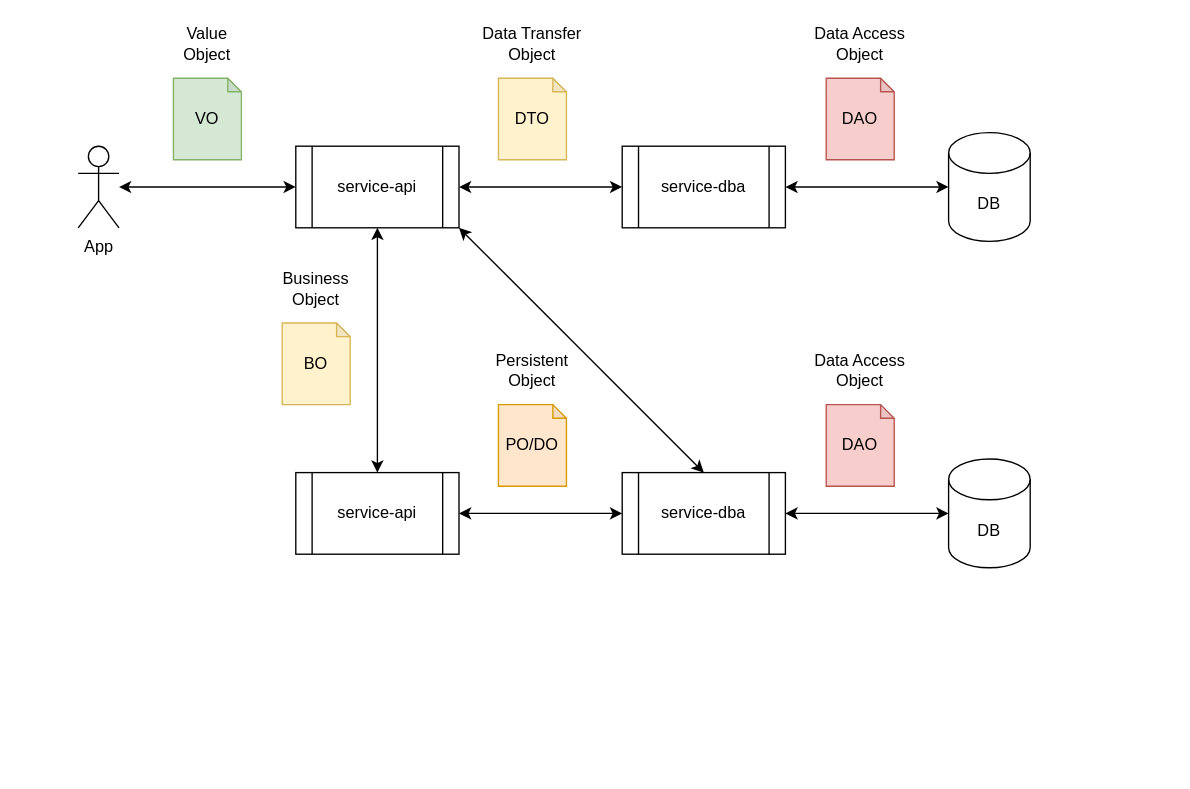
The draw.io diagram doc/architecture.drawio in zxffffffff/start-java, before the edit. Source tidied: cells renumbered, new cells numbered last; positions are measured from the earlier drawing's top-left corner, leaving out a move shared by most shapes. Both pictures are drawn from the tidied source at 136%, with x=0, y=0 at pixel (78, 23).
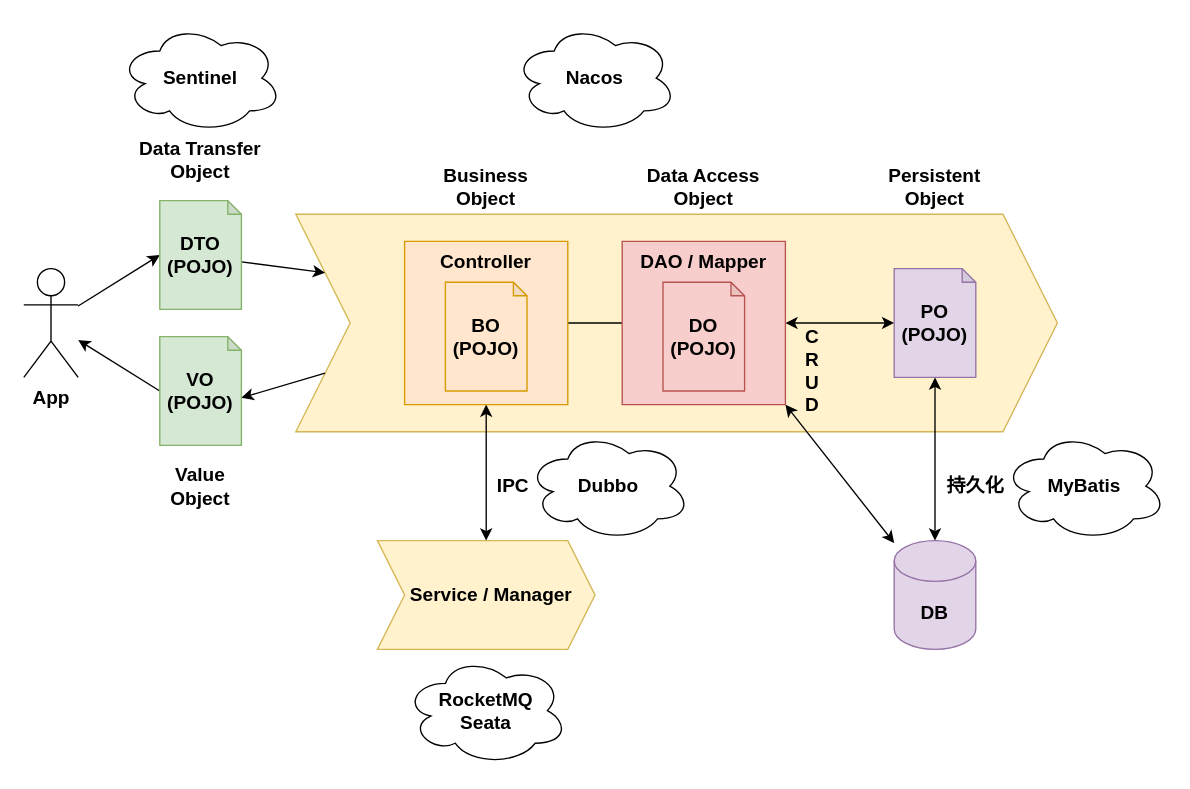
Above is the later version.

Diff of the diagram source:
```diff
@@
-    <mxCell id="2" value="DB" style="shape=cylinder3;whiteSpace=wrap;html=1;boundedLbl=1;backgroundOutline=1;size=15;" parent="1" vertex="1">
-      <mxGeometry x="640" y="80" width="60" height="80" as="geometry" />
-    </mxCell>
-    <mxCell id="3" style="edgeStyle=orthogonalEdgeStyle;rounded=0;jettySize=auto;html=1;startArrow=classic;startFill=1;" parent="1" edge="1" source="4" target="2">
-      <mxGeometry relative="1" as="geometry" />
-    </mxCell>
-    <mxCell id="4" value="service-dba" style="shape=process;whiteSpace=wrap;html=1;backgroundOutline=1;" parent="1" vertex="1">
-      <mxGeometry x="400" y="90" width="120" height="60" as="geometry" />
-    </mxCell>
-    <mxCell id="5" value="DAO" style="shape=note;whiteSpace=wrap;html=1;backgroundOutline=1;darkOpacity=0.05;size=10;fillColor=#f8cecc;strokeColor=#b85450;" parent="1" vertex="1">
-      <mxGeometry x="550" y="40" width="50" height="60" as="geometry" />
-    </mxCell>
-    <mxCell id="6" style="edgeStyle=orthogonalEdgeStyle;rounded=0;jettySize=auto;html=1;fontFamily=Helvetica;fontSize=12;fontColor=default;startArrow=classic;startFill=1;" parent="1" edge="1" source="8" target="4">
-      <mxGeometry relative="1" as="geometry" />
-    </mxCell>
-    <mxCell id="7" style="edgeStyle=orthogonalEdgeStyle;rounded=0;jettySize=auto;html=1;fontFamily=Helvetica;fontSize=12;fontColor=default;startArrow=classic;startFill=1;" parent="1" edge="1" source="8" target="22">
-      <mxGeometry relative="1" as="geometry" />
-    </mxCell>
-    <mxCell id="8" value="service-api" style="shape=process;whiteSpace=wrap;html=1;backgroundOutline=1;" parent="1" vertex="1">
-      <mxGeometry x="160" y="90" width="120" height="60" as="geometry" />
-    </mxCell>
-    <mxCell id="9" value="DTO" style="shape=note;whiteSpace=wrap;html=1;backgroundOutline=1;darkOpacity=0.05;size=10;fillColor=#fff2cc;strokeColor=#d6b656;" parent="1" vertex="1">
-      <mxGeometry x="309" y="40" width="50" height="60" as="geometry" />
-    </mxCell>
-    <mxCell id="10" style="edgeStyle=orthogonalEdgeStyle;rounded=0;jettySize=auto;html=1;fontFamily=Helvetica;fontSize=12;fontColor=default;startArrow=classic;startFill=1;" parent="1" edge="1" source="11" target="8">
-      <mxGeometry relative="1" as="geometry" />
-    </mxCell>
-    <mxCell id="11" value="App" style="shape=umlActor;verticalLabelPosition=bottom;verticalAlign=top;html=1;outlineConnect=0;strokeColor=default;fontFamily=Helvetica;fontSize=12;fontColor=default;fillColor=default;" parent="1" vertex="1">
-      <mxGeometry y="90" width="30" height="60" as="geometry" />
-    </mxCell>
-    <mxCell id="12" value="VO" style="shape=note;whiteSpace=wrap;html=1;backgroundOutline=1;darkOpacity=0.05;size=10;fillColor=#d5e8d4;strokeColor=#82b366;" parent="1" vertex="1">
-      <mxGeometry x="70" y="40" width="50" height="60" as="geometry" />
-    </mxCell>
-    <mxCell id="13" style="rounded=0;jettySize=auto;html=1;fontFamily=Helvetica;fontSize=12;fontColor=default;exitX=0.5;exitY=0;exitDx=0;exitDy=0;entryX=1;entryY=1;entryDx=0;entryDy=0;startArrow=classic;startFill=1;" parent="1" edge="1" source="14" target="8">
-      <mxGeometry relative="1" as="geometry" />
-    </mxCell>
-    <mxCell id="14" value="service-dba" style="shape=process;whiteSpace=wrap;html=1;backgroundOutline=1;" parent="1" vertex="1">
-      <mxGeometry x="400" y="330" width="120" height="60" as="geometry" />
-    </mxCell>
+    <mxCell id="28" value="&amp;nbsp; Service / Manager" style="shape=step;perimeter=stepPerimeter;whiteSpace=wrap;html=1;fixedSize=1;fontSize=14;fillColor=#fff2cc;strokeColor=#d6b656;fontStyle=1;" parent="1" vertex="1">
+      <mxGeometry x="220" y="380" width="160" height="80" as="geometry" />
+    </mxCell>
+    <mxCell id="29" style="shape=step;perimeter=stepPerimeter;whiteSpace=wrap;html=1;fixedSize=1;fontSize=14;fillColor=#fff2cc;strokeColor=#d6b656;fontStyle=1;size=40;" parent="1" vertex="1">
+      <mxGeometry x="160" y="140" width="560" height="160" as="geometry" />
+    </mxCell>
-    <mxCell id="15" value="Data Access Object" style="text;html=1;strokeColor=none;fillColor=none;align=center;verticalAlign=middle;whiteSpace=wrap;rounded=0;fontSize=12;fontFamily=Helvetica;fontColor=default;" parent="1" vertex="1">
-      <mxGeometry x="535" width="80" height="30" as="geometry" />
+    <mxCell id="15" value="Data Access Object" style="text;html=1;strokeColor=none;fillColor=none;align=center;verticalAlign=middle;whiteSpace=wrap;rounded=0;fontSize=14;fontFamily=Helvetica;fontColor=default;fontStyle=1;" parent="1" vertex="1">
+      <mxGeometry x="400" y="100" width="120" height="40" as="geometry" />
     </mxCell>
-    <mxCell id="16" value="Value Object" style="text;html=1;strokeColor=none;fillColor=none;align=center;verticalAlign=middle;whiteSpace=wrap;rounded=0;fontSize=12;fontFamily=Helvetica;fontColor=default;" parent="1" vertex="1">
-      <mxGeometry x="70" width="50" height="30" as="geometry" />
+    <mxCell id="16" value="Value Object" style="text;html=1;strokeColor=none;fillColor=none;align=center;verticalAlign=middle;whiteSpace=wrap;rounded=0;fontSize=14;fontFamily=Helvetica;fontColor=default;fontStyle=1;" parent="1" vertex="1">
+      <mxGeometry x="50" y="320" width="80" height="40" as="geometry" />
     </mxCell>
-    <mxCell id="17" value="Data Transfer Object" style="text;html=1;strokeColor=none;fillColor=none;align=center;verticalAlign=middle;whiteSpace=wrap;rounded=0;fontSize=12;fontFamily=Helvetica;fontColor=default;" parent="1" vertex="1">
-      <mxGeometry x="294" width="80" height="30" as="geometry" />
+    <mxCell id="17" value="Data Transfer Object" style="text;html=1;strokeColor=none;fillColor=none;align=center;verticalAlign=middle;whiteSpace=wrap;rounded=0;fontSize=14;fontFamily=Helvetica;fontColor=default;fontStyle=1;" parent="1" vertex="1">
+      <mxGeometry x="30" y="80" width="120" height="40" as="geometry" />
     </mxCell>
-    <mxCell id="18" value="DB" style="shape=cylinder3;whiteSpace=wrap;html=1;boundedLbl=1;backgroundOutline=1;size=15;" parent="1" vertex="1">
-      <mxGeometry x="640" y="320" width="60" height="80" as="geometry" />
-    </mxCell>
-    <mxCell id="19" style="edgeStyle=orthogonalEdgeStyle;rounded=0;jettySize=auto;html=1;fontFamily=Helvetica;fontSize=12;fontColor=default;startArrow=classic;startFill=1;" parent="1" edge="1" source="14" target="18">
-      <mxGeometry relative="1" as="geometry" />
-    </mxCell>
-    <mxCell id="20" value="PO/DO" style="shape=note;whiteSpace=wrap;html=1;backgroundOutline=1;darkOpacity=0.05;size=10;fillColor=#ffe6cc;strokeColor=#d79b00;" parent="1" vertex="1">
-      <mxGeometry x="309" y="280" width="50" height="60" as="geometry" />
-    </mxCell>
-    <mxCell id="21" value="Persistent Object" style="text;html=1;strokeColor=none;fillColor=none;align=center;verticalAlign=middle;whiteSpace=wrap;rounded=0;fontSize=12;fontFamily=Helvetica;fontColor=default;" parent="1" vertex="1">
-      <mxGeometry x="294" y="240" width="80" height="30" as="geometry" />
+    <mxCell id="21" value="Persistent Object" style="text;html=1;strokeColor=none;fillColor=none;align=center;verticalAlign=middle;whiteSpace=wrap;rounded=0;fontSize=14;fontFamily=Helvetica;fontColor=default;fontStyle=1;" parent="1" vertex="1">
+      <mxGeometry x="580" y="100" width="100" height="40" as="geometry" />
     </mxCell>
-    <mxCell id="22" value="service-api" style="shape=process;whiteSpace=wrap;html=1;backgroundOutline=1;" parent="1" vertex="1">
-      <mxGeometry x="160" y="330" width="120" height="60" as="geometry" />
-    </mxCell>
-    <mxCell id="23" style="edgeStyle=orthogonalEdgeStyle;rounded=0;jettySize=auto;html=1;fontFamily=Helvetica;fontSize=12;fontColor=default;startArrow=classic;startFill=1;" parent="1" edge="1" source="22" target="14">
-      <mxGeometry relative="1" as="geometry" />
-    </mxCell>
-    <mxCell id="24" value="BO" style="shape=note;whiteSpace=wrap;html=1;backgroundOutline=1;darkOpacity=0.05;size=10;fillColor=#fff2cc;strokeColor=#d6b656;" parent="1" vertex="1">
-      <mxGeometry x="150" y="220" width="50" height="60" as="geometry" />
-    </mxCell>
-    <mxCell id="25" value="Business Object" style="text;html=1;strokeColor=none;fillColor=none;align=center;verticalAlign=middle;whiteSpace=wrap;rounded=0;fontSize=12;fontFamily=Helvetica;fontColor=default;" parent="1" vertex="1">
-      <mxGeometry x="135" y="180" width="80" height="30" as="geometry" />
+    <mxCell id="25" value="Business Object" style="text;html=1;strokeColor=none;fillColor=none;align=center;verticalAlign=middle;whiteSpace=wrap;rounded=0;fontSize=14;fontFamily=Helvetica;fontColor=default;fontStyle=1;" parent="1" vertex="1">
+      <mxGeometry x="260" y="100" width="80" height="40" as="geometry" />
     </mxCell>
-    <mxCell id="26" value="DAO" style="shape=note;whiteSpace=wrap;html=1;backgroundOutline=1;darkOpacity=0.05;size=10;fillColor=#f8cecc;strokeColor=#b85450;" parent="1" vertex="1">
-      <mxGeometry x="550" y="280" width="50" height="60" as="geometry" />
-    </mxCell>
-    <mxCell id="27" value="Data Access Object" style="text;html=1;strokeColor=none;fillColor=none;align=center;verticalAlign=middle;whiteSpace=wrap;rounded=0;fontSize=12;fontFamily=Helvetica;fontColor=default;" parent="1" vertex="1">
-      <mxGeometry x="535" y="240" width="80" height="30" as="geometry" />
-    </mxCell>
+    <mxCell id="30" value="DB" style="shape=cylinder3;whiteSpace=wrap;html=1;boundedLbl=1;backgroundOutline=1;size=15;fillColor=#e1d5e7;strokeColor=#9673a6;fontStyle=1;fontSize=14;" parent="1" vertex="1">
+      <mxGeometry x="600" y="380" width="60" height="80" as="geometry" />
+    </mxCell>
+    <mxCell id="31" style="edgeStyle=none;rounded=0;jettySize=auto;html=1;fontSize=14;startArrow=classic;startFill=1;fontStyle=1;" parent="1" edge="1" source="33" target="45">
+      <mxGeometry relative="1" as="geometry" />
+    </mxCell>
+    <mxCell id="32" style="edgeStyle=none;rounded=0;jettySize=auto;html=1;fontSize=14;startArrow=classic;startFill=1;fontStyle=1;" parent="1" edge="1" source="33" target="30">
+      <mxGeometry relative="1" as="geometry" />
+    </mxCell>
+    <mxCell id="33" value="PO&lt;br style=&quot;font-size: 14px;&quot;&gt;(POJO)" style="shape=note;whiteSpace=wrap;html=1;backgroundOutline=1;darkOpacity=0.05;size=10;fillColor=#e1d5e7;strokeColor=#9673a6;fontStyle=1;fontSize=14;" parent="1" vertex="1">
+      <mxGeometry x="600" y="180" width="60" height="80" as="geometry" />
+    </mxCell>
+    <mxCell id="34" style="edgeStyle=none;rounded=0;jettySize=auto;html=1;fontSize=14;startArrow=none;startFill=0;fontStyle=1;entryX=0;entryY=0.5;entryDx=0;entryDy=0;entryPerimeter=0;" parent="1" edge="1" source="11" target="37">
+      <mxGeometry relative="1" as="geometry" />
+    </mxCell>
+    <mxCell id="11" value="App" style="shape=umlActor;verticalLabelPosition=bottom;verticalAlign=top;html=1;outlineConnect=0;strokeColor=default;fontFamily=Helvetica;fontSize=14;fontColor=default;fillColor=default;fontStyle=1;" parent="1" vertex="1">
+      <mxGeometry x="-40" y="180" width="40" height="80" as="geometry" />
+    </mxCell>
+    <mxCell id="35" style="edgeStyle=none;rounded=0;jettySize=auto;html=1;fontSize=14;startArrow=none;startFill=0;fontStyle=1;entryX=0;entryY=0;entryDx=60;entryDy=45;entryPerimeter=0;exitX=0;exitY=0.75;exitDx=0;exitDy=0;" parent="1" edge="1" source="29" target="39">
+      <mxGeometry relative="1" as="geometry" />
+    </mxCell>
+    <mxCell id="36" style="edgeStyle=none;rounded=0;jettySize=auto;html=1;fontSize=14;startArrow=none;startFill=0;fontStyle=1;exitX=0;exitY=0;exitDx=60;exitDy=45;exitPerimeter=0;entryX=0;entryY=0.25;entryDx=0;entryDy=0;" parent="1" edge="1" source="37" target="29">
+      <mxGeometry relative="1" as="geometry" />
+    </mxCell>
+    <mxCell id="37" value="DTO&lt;br style=&quot;font-size: 14px;&quot;&gt;(POJO)" style="shape=note;whiteSpace=wrap;html=1;backgroundOutline=1;darkOpacity=0.05;size=10;fillColor=#d5e8d4;strokeColor=#82b366;fontStyle=1;fontSize=14;" parent="1" vertex="1">
+      <mxGeometry x="60" y="130" width="60" height="80" as="geometry" />
+    </mxCell>
+    <mxCell id="38" style="edgeStyle=none;rounded=0;jettySize=auto;html=1;fontSize=14;startArrow=none;startFill=0;fontStyle=1;exitX=0;exitY=0.5;exitDx=0;exitDy=0;exitPerimeter=0;" parent="1" edge="1" source="39" target="11">
+      <mxGeometry relative="1" as="geometry" />
+    </mxCell>
+    <mxCell id="39" value="VO&lt;br style=&quot;font-size: 14px;&quot;&gt;(POJO)" style="shape=note;whiteSpace=wrap;html=1;backgroundOutline=1;darkOpacity=0.05;size=10;fillColor=#d5e8d4;strokeColor=#82b366;fontStyle=1;fontSize=14;" parent="1" vertex="1">
+      <mxGeometry x="60" y="230" width="60" height="80" as="geometry" />
+    </mxCell>
+    <mxCell id="40" value="持久化" style="text;html=1;strokeColor=none;fillColor=none;align=center;verticalAlign=middle;whiteSpace=wrap;rounded=0;fontSize=14;fontFamily=Helvetica;fontColor=default;fontStyle=1;" parent="1" vertex="1">
+      <mxGeometry x="630" y="320" width="60" height="40" as="geometry" />
+    </mxCell>
+    <mxCell id="41" style="edgeStyle=none;rounded=0;jettySize=auto;html=1;fontSize=14;startArrow=classic;startFill=1;fontStyle=1;" parent="1" edge="1" source="43" target="28">
+      <mxGeometry relative="1" as="geometry" />
+    </mxCell>
+    <mxCell id="42" style="edgeStyle=none;rounded=0;jettySize=auto;html=1;exitX=0;exitY=0;exitDx=120;exitDy=60;exitPerimeter=0;entryX=0;entryY=0.5;entryDx=0;entryDy=0;entryPerimeter=0;fontSize=14;startArrow=none;startFill=0;endArrow=none;endFill=0;" parent="1" edge="1" source="43" target="45">
+      <mxGeometry relative="1" as="geometry" />
+    </mxCell>
+    <mxCell id="43" value="Controller" style="shape=note;whiteSpace=wrap;html=1;backgroundOutline=1;darkOpacity=0.05;size=0;fillColor=#ffe6cc;strokeColor=#d79b00;fontStyle=1;fontSize=14;verticalAlign=top;" parent="1" vertex="1">
+      <mxGeometry x="240" y="160" width="120" height="120" as="geometry" />
+    </mxCell>
+    <mxCell id="44" style="rounded=0;jettySize=auto;html=1;fontSize=14;startArrow=classic;startFill=1;fontStyle=1;exitX=1;exitY=1;exitDx=0;exitDy=0;exitPerimeter=0;" parent="1" edge="1" source="45" target="30">
+      <mxGeometry relative="1" as="geometry" />
+    </mxCell>
+    <mxCell id="45" value="DAO / Mapper" style="shape=note;whiteSpace=wrap;html=1;backgroundOutline=1;darkOpacity=0.05;size=0;fillColor=#f8cecc;strokeColor=#b85450;fontStyle=1;fontSize=14;verticalAlign=top;" parent="1" vertex="1">
+      <mxGeometry x="400" y="160" width="120" height="120" as="geometry" />
+    </mxCell>
+    <mxCell id="46" value="DO&lt;br style=&quot;font-size: 14px;&quot;&gt;(POJO)" style="shape=note;whiteSpace=wrap;html=1;backgroundOutline=1;darkOpacity=0.05;size=10;fillColor=#f8cecc;strokeColor=#b85450;fontStyle=1;fontSize=14;" parent="1" vertex="1">
+      <mxGeometry x="430" y="190" width="60" height="80" as="geometry" />
+    </mxCell>
+    <mxCell id="47" value="IPC" style="text;html=1;strokeColor=none;fillColor=none;align=center;verticalAlign=middle;whiteSpace=wrap;rounded=0;fontSize=14;fontFamily=Helvetica;fontColor=default;fontStyle=1;" parent="1" vertex="1">
+      <mxGeometry x="300" y="320" width="40" height="40" as="geometry" />
+    </mxCell>
+    <mxCell id="48" value="C&lt;br&gt;R&lt;br&gt;U&lt;br&gt;D" style="text;html=1;strokeColor=none;fillColor=none;align=center;verticalAlign=middle;whiteSpace=wrap;rounded=0;fontSize=14;fontStyle=1;" parent="1" vertex="1">
+      <mxGeometry x="520" y="220" width="40" height="70" as="geometry" />
+    </mxCell>
+    <mxCell id="49" value="BO&lt;br style=&quot;font-size: 14px;&quot;&gt;(POJO)" style="shape=note;whiteSpace=wrap;html=1;backgroundOutline=1;darkOpacity=0.05;size=10;fillColor=#ffe6cc;strokeColor=#d79b00;fontStyle=1;fontSize=14;" parent="1" vertex="1">
+      <mxGeometry x="270" y="190" width="60" height="80" as="geometry" />
+    </mxCell>
+    <mxCell id="50" value="MyBatis" style="ellipse;shape=cloud;whiteSpace=wrap;html=1;fontSize=14;fontStyle=1;" parent="1" vertex="1">
+      <mxGeometry x="680" y="300" width="120" height="80" as="geometry" />
+    </mxCell>
+    <mxCell id="51" value="Dubbo" style="ellipse;shape=cloud;whiteSpace=wrap;html=1;fontSize=14;fontStyle=1;" parent="1" vertex="1">
+      <mxGeometry x="330" y="300" width="120" height="80" as="geometry" />
+    </mxCell>
+    <mxCell id="52" value="Sentinel" style="ellipse;shape=cloud;whiteSpace=wrap;html=1;fontSize=14;fontStyle=1;" parent="1" vertex="1">
+      <mxGeometry x="30" width="120" height="80" as="geometry" />
+    </mxCell>
+    <mxCell id="53" value="Nacos" style="ellipse;shape=cloud;whiteSpace=wrap;html=1;fontSize=14;fontStyle=1;" parent="1" vertex="1">
+      <mxGeometry x="320" width="120" height="80" as="geometry" />
+    </mxCell>
+    <mxCell id="54" value="RocketMQ&lt;br&gt;Seata" style="ellipse;shape=cloud;whiteSpace=wrap;html=1;fontSize=14;fontStyle=1;" parent="1" vertex="1">
+      <mxGeometry x="240" y="465" width="120" height="80" as="geometry" />
+    </mxCell>
```
